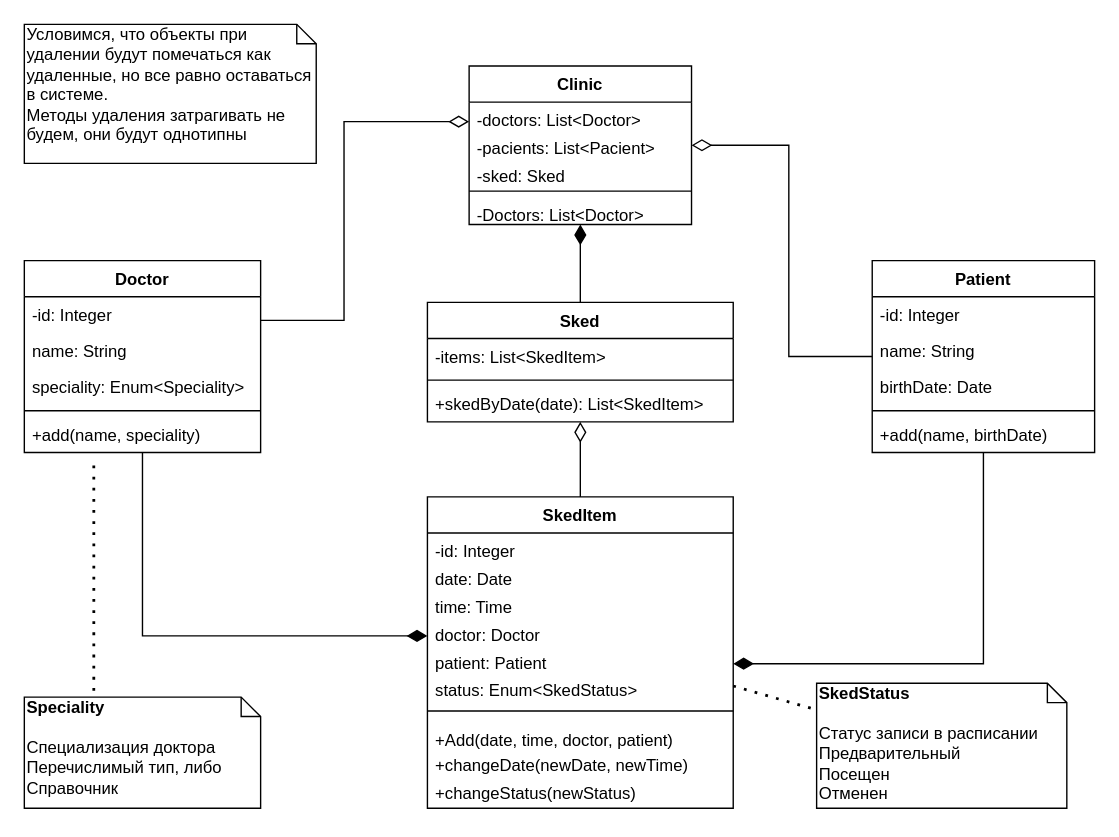
This is Untitled Diagram.drawio from macarenko/EnterprisePatterns, a draw.io file, before an edit. Source tidied: cells renumbered, new cells numbered last; positions are measured from the earlier drawing's top-left corner, leaving out a move shared by most shapes. Both pictures are drawn from the tidied source at 139%, with x=0, y=0 at pixel (24, 24).
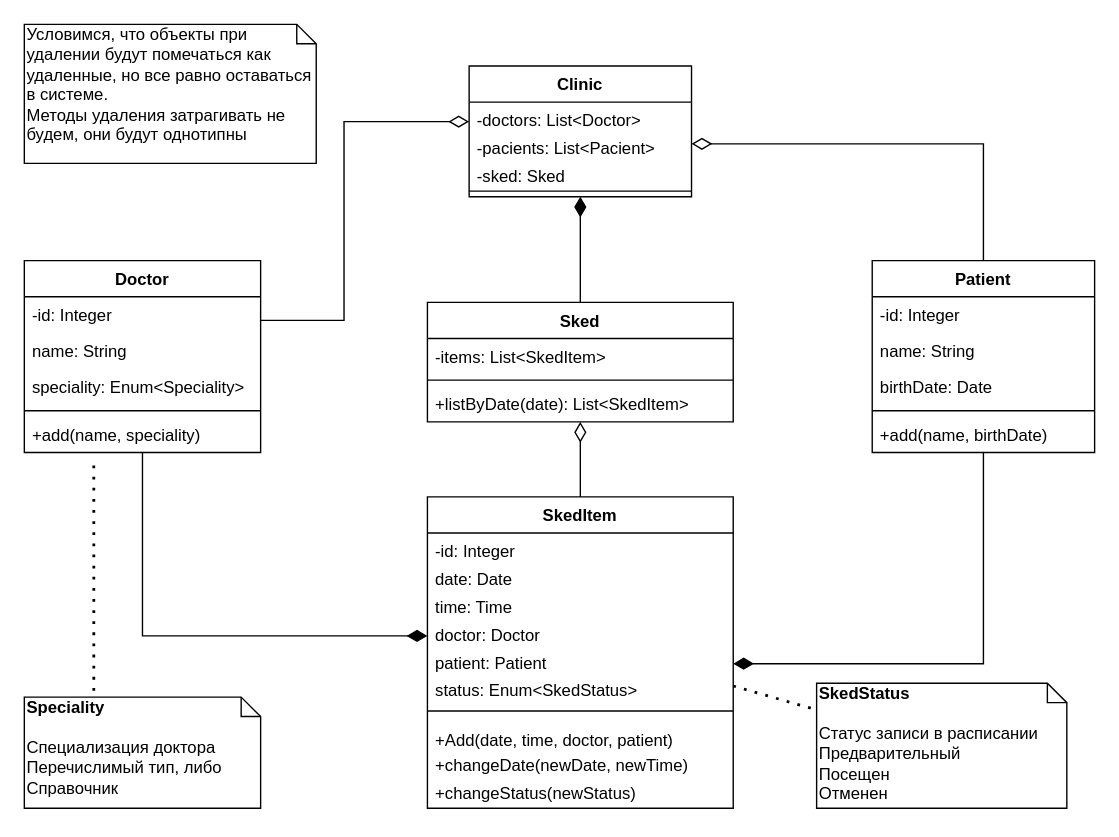
The same page after the edit.

The change refers to these unchanged cells:
```xml
<mxCell id="6" value="-pacients: List&lt;Pacient&gt;" style="text;strokeColor=none;fillColor=none;align=left;verticalAlign=top;spacingLeft=4;spacingRight=4;overflow=hidden;points=[[0,0.5],[1,0.5]];portConstraint=eastwest;" parent="4" vertex="1">
  <mxGeometry y="46" width="160" height="20" as="geometry" />
</mxCell>
<mxCell id="11" value="Sked" style="swimlane;fontStyle=1;align=center;verticalAlign=top;horizontal=1;startSize=26;" parent="1" vertex="1">
  <mxGeometry x="290" y="200" width="220" height="86" as="geometry" />
</mxCell>
<mxCell id="37" value="Patient" style="swimlane;fontStyle=1;align=center;verticalAlign=top;horizontal=1;startSize=26;" parent="1" vertex="1">
  <mxGeometry x="610" y="170" width="160" height="138" as="geometry" />
</mxCell>
```

What changed in the source:
```diff
@@
-    <mxCell id="2" style="edgeStyle=orthogonalEdgeStyle;rounded=0;sketch=0;jumpSize=10;jettySize=auto;html=1;entryX=1;entryY=0.5;entryDx=0;entryDy=0;shadow=0;startArrow=none;startFill=0;endArrow=diamondThin;endFill=0;endSize=12;" parent="1" edge="1" source="37" target="4">
+    <mxCell id="2" style="edgeStyle=orthogonalEdgeStyle;rounded=0;sketch=0;jumpSize=10;jettySize=auto;html=1;entryX=1;entryY=0.5;entryDx=0;entryDy=0;shadow=0;startArrow=none;startFill=0;endArrow=diamondThin;endFill=0;endSize=12;" parent="1" edge="1" source="37" target="6">
       <mxGeometry relative="1" as="geometry" />
     </mxCell>
@@
     <mxCell id="4" value="Clinic" style="swimlane;fontStyle=1;align=center;verticalAlign=top;horizontal=1;startSize=26;" parent="1" vertex="1">
-      <mxGeometry x="320" y="30" width="160" height="114" as="geometry" />
+      <mxGeometry x="320" y="30" width="160" height="94" as="geometry" />
     </mxCell>
@@
-    <mxCell id="9" value="-Doctors: List&lt;Doctor&gt;" style="text;strokeColor=none;fillColor=none;align=left;verticalAlign=top;spacingLeft=4;spacingRight=4;overflow=hidden;" parent="4" vertex="1">
-      <mxGeometry y="94" width="160" height="20" as="geometry" />
-    </mxCell>
@@
-    <mxCell id="14" value="+skedByDate(date): List&lt;SkedItem&gt;" style="text;strokeColor=none;fillColor=none;align=left;verticalAlign=top;spacingLeft=4;spacingRight=4;overflow=hidden;" parent="11" vertex="1">
+    <mxCell id="14" value="+listByDate(date): List&lt;SkedItem&gt;" style="text;strokeColor=none;fillColor=none;align=left;verticalAlign=top;spacingLeft=4;spacingRight=4;overflow=hidden;" parent="11" vertex="1">
       <mxGeometry y="60" width="220" height="26" as="geometry" />
     </mxCell>
```
